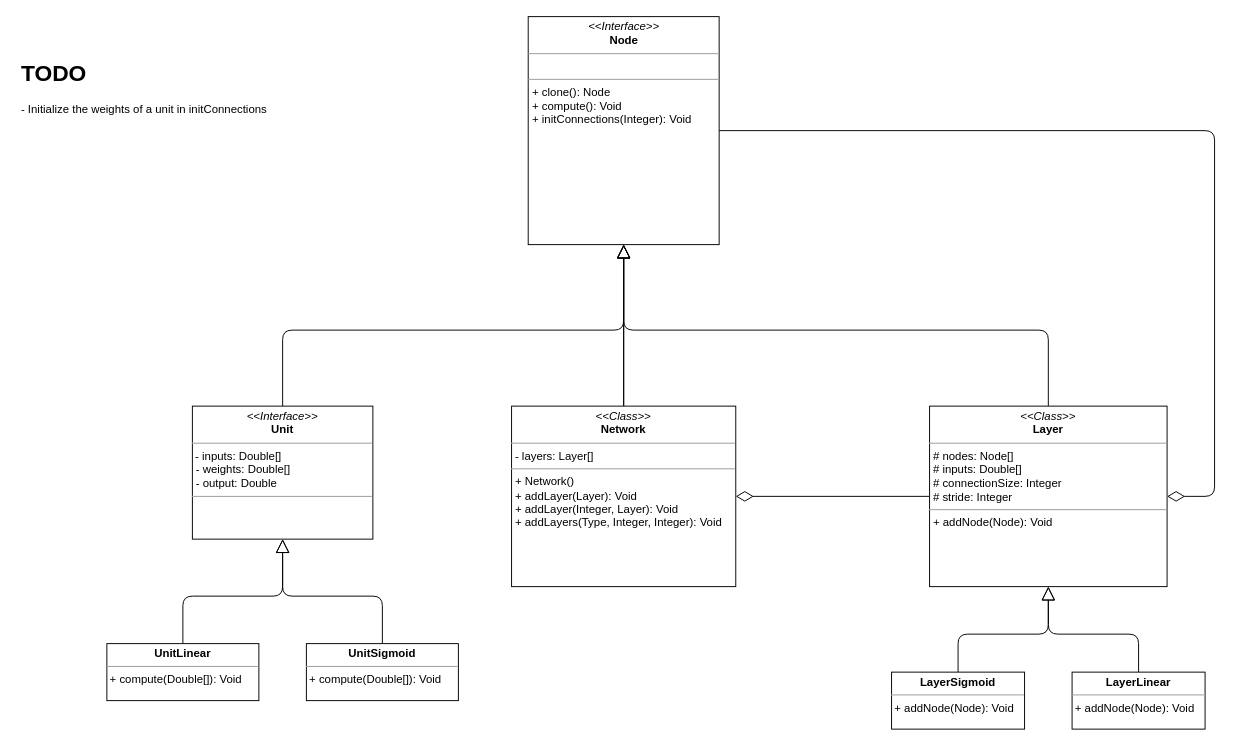
Before: neural_net.drawio in iliasbk/NN_tools, a draw.io diagram. Source tidied: cells renumbered, new cells numbered last; positions are measured from the earlier drawing's top-left corner, leaving out a move shared by most shapes. Both pictures are drawn from the tidied source at 95%, with x=0, y=0 at pixel (16, 16).
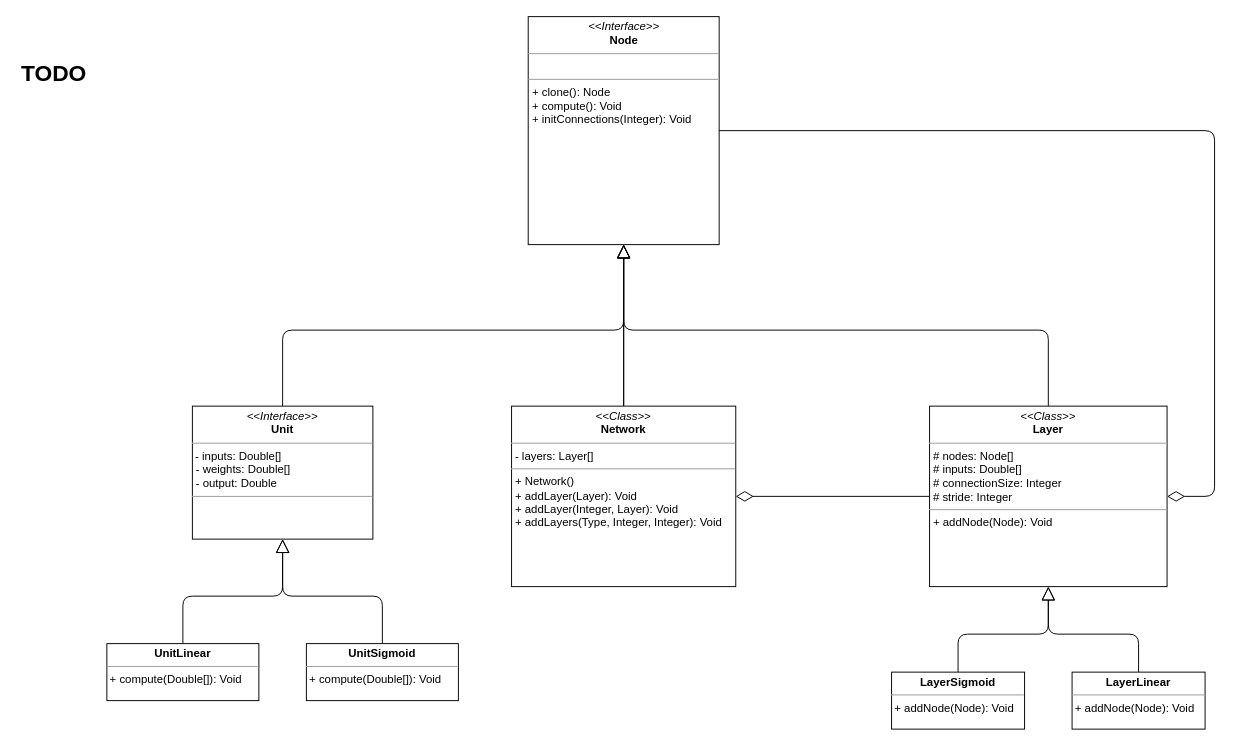
The same diagram, later.

Commit message:
Mettre à jour neural_net.drawio

The edit, as a diff of the source:
```diff
@@
-    <mxCell id="12" value="&lt;h1&gt;TODO&lt;/h1&gt;&lt;p&gt;- Initialize the weights of a unit in initConnections&amp;nbsp;&lt;/p&gt;" style="text;html=1;strokeColor=none;fillColor=none;spacing=5;spacingTop=-20;whiteSpace=wrap;overflow=hidden;rounded=0;" parent="1" vertex="1">
+    <mxCell id="12" value="&lt;h1&gt;TODO&lt;/h1&gt;&lt;p&gt;&lt;br&gt;&lt;/p&gt;" style="text;html=1;strokeColor=none;fillColor=none;spacing=5;spacingTop=-20;whiteSpace=wrap;overflow=hidden;rounded=0;" parent="1" vertex="1">
       <mxGeometry y="40" width="350" height="120" as="geometry" />
     </mxCell>
```
